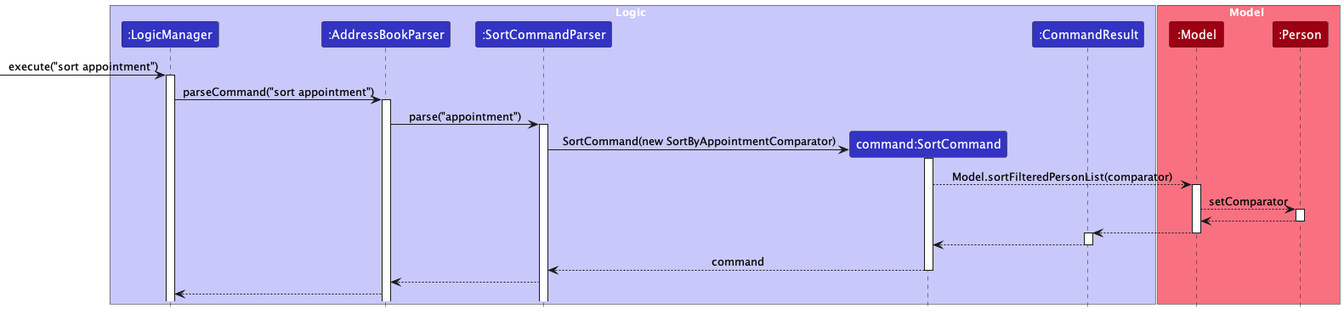
This is docs/images/SortClassSequenceDiagram.png from nus-cs2103-AY2324S1/tp, a PlantUML export, as it was before one commit. Its source is kept beside it as docs/diagrams/SortClassSequenceDiagram.puml. The source it was exported from:
```plantuml
@startuml
!include style.puml
skinparam ArrowFontStyle plain

box Logic LOGIC_COLOR_T1
participant ":LogicManager" as LogicManager LOGIC_COLOR
participant ":AddressBookParser" as AddressBookParser LOGIC_COLOR
participant ":SortCommandParser" as SortCommandParser LOGIC_COLOR
participant "command:SortCommand" as SortCommand LOGIC_COLOR
participant ":CommandResult" as CommandResult LOGIC_COLOR
end box

box Model MODEL_COLOR_T1
participant ":Model" as Model MODEL_COLOR
participant ":Person" as Person MODEL_COLOR

end box

[-> LogicManager : execute("sort appointment")
activate LogicManager

LogicManager -> AddressBookParser : parseCommand("sort appointment")
activate AddressBookParser

AddressBookParser -> SortCommandParser: parse("appointment")
activate SortCommandParser

create SortCommand
SortCommandParser -> SortCommand: SortCommand(new SortByAppointmentComparator)
activate SortCommand

SortCommand --> Model: Model.sortFilteredPersonList(comparator)
activate Model
Model --> Person: setComparator
activate Person
Person --> Model
deactivate Person
Model --> CommandResult
deactivate Model
activate CommandResult
CommandResult --> SortCommand
deactivate CommandResult
SortCommand --> SortCommandParser : command

deactivate SortCommand
SortCommandParser --> AddressBookParser
AddressBookParser --> LogicManager
\


@enduml
```
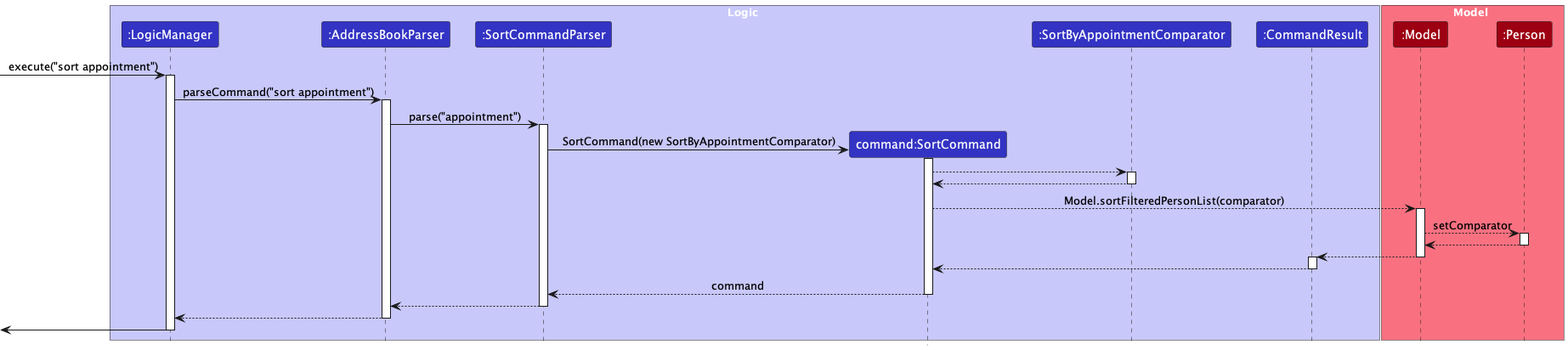
Later version of the same file.

Diff of the diagram source:
```diff
@@ -7,6 +7,7 @@
 participant ":AddressBookParser" as AddressBookParser LOGIC_COLOR
 participant ":SortCommandParser" as SortCommandParser LOGIC_COLOR
 participant "command:SortCommand" as SortCommand LOGIC_COLOR
+participant ":SortByAppointmentComparator" as SortByAppointmentComparator LOGIC_COLOR
 participant ":CommandResult" as CommandResult LOGIC_COLOR
 end box
 
@@ -29,6 +30,11 @@
 SortCommandParser -> SortCommand: SortCommand(new SortByAppointmentComparator)
 activate SortCommand
 
+SortCommand --> SortByAppointmentComparator
+activate SortByAppointmentComparator
+SortByAppointmentComparator --> SortCommand
+deactivate SortByAppointmentComparator
+
 SortCommand --> Model: Model.sortFilteredPersonList(comparator)
 activate Model
 Model --> Person: setComparator
@@ -41,11 +47,13 @@
 CommandResult --> SortCommand
 deactivate CommandResult
 SortCommand --> SortCommandParser : command
-
 deactivate SortCommand
 SortCommandParser --> AddressBookParser
+deactivate SortCommandParser
 AddressBookParser --> LogicManager
-\
+deactivate AddressBookParser
+[<- LogicManager
+deactivate LogicManager
 
 
 @enduml
```
